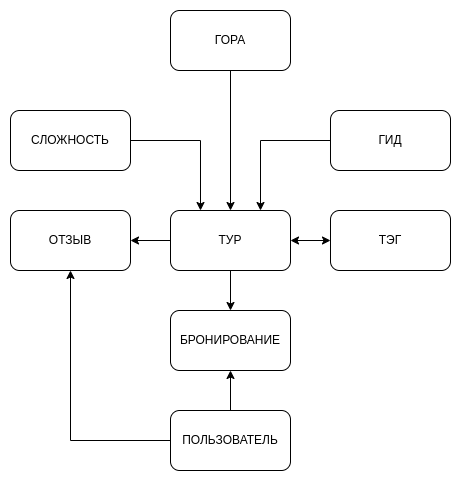
Before: Lab2/concept-model.png, a diagram exported from draw.io (markov-avl/PythonBackend). Source tidied: cells renumbered, new cells last; positions are measured from the earlier drawing's top-left corner, leaving out a move shared by most shapes. Its diagram source:
```xml
<mxGraphModel>
  <root>
    <mxCell id="0" />
    <mxCell id="1" parent="0" />
    <mxCell id="2" style="edgeStyle=orthogonalEdgeStyle;rounded=0;jettySize=auto;html=1;exitX=0.5;exitY=1;exitDx=0;exitDy=0;entryX=0.5;entryY=0;entryDx=0;entryDy=0;startArrow=none;startFill=0;" parent="1" edge="1" source="3" target="14">
      <mxGeometry relative="1" as="geometry" />
    </mxCell>
    <mxCell id="3" value="ГОРА" style="rounded=1;whiteSpace=wrap;html=1;" parent="1" vertex="1">
      <mxGeometry x="160" width="120" height="60" as="geometry" />
    </mxCell>
    <mxCell id="4" style="edgeStyle=orthogonalEdgeStyle;rounded=0;jettySize=auto;html=1;exitX=0.5;exitY=0;exitDx=0;exitDy=0;entryX=0.5;entryY=1;entryDx=0;entryDy=0;startArrow=none;startFill=0;" parent="1" edge="1" source="6" target="17">
      <mxGeometry relative="1" as="geometry" />
    </mxCell>
    <mxCell id="5" style="edgeStyle=orthogonalEdgeStyle;rounded=0;jettySize=auto;html=1;exitX=0;exitY=0.5;exitDx=0;exitDy=0;entryX=0.5;entryY=1;entryDx=0;entryDy=0;startArrow=none;startFill=0;" parent="1" edge="1" source="6" target="15">
      <mxGeometry relative="1" as="geometry" />
    </mxCell>
    <mxCell id="6" value="ПОЛЬЗОВАТЕЛЬ" style="rounded=1;whiteSpace=wrap;html=1;" parent="1" vertex="1">
      <mxGeometry x="160" y="400" width="120" height="60" as="geometry" />
    </mxCell>
    <mxCell id="7" style="edgeStyle=orthogonalEdgeStyle;rounded=0;jettySize=auto;html=1;exitX=0;exitY=0.5;exitDx=0;exitDy=0;entryX=0.75;entryY=0;entryDx=0;entryDy=0;" parent="1" edge="1" source="8" target="14">
      <mxGeometry relative="1" as="geometry" />
    </mxCell>
    <mxCell id="8" value="ГИД" style="rounded=1;whiteSpace=wrap;html=1;" parent="1" vertex="1">
      <mxGeometry x="320" y="100" width="120" height="60" as="geometry" />
    </mxCell>
    <mxCell id="9" style="edgeStyle=orthogonalEdgeStyle;rounded=0;jettySize=auto;html=1;exitX=0;exitY=0.5;exitDx=0;exitDy=0;entryX=1;entryY=0.5;entryDx=0;entryDy=0;startArrow=classic;startFill=1;" parent="1" edge="1" source="10" target="14">
      <mxGeometry relative="1" as="geometry" />
    </mxCell>
    <mxCell id="10" value="ТЭГ" style="rounded=1;whiteSpace=wrap;html=1;" parent="1" vertex="1">
      <mxGeometry x="320" y="200" width="120" height="60" as="geometry" />
    </mxCell>
    <mxCell id="11" style="edgeStyle=orthogonalEdgeStyle;rounded=0;jettySize=auto;html=1;exitX=1;exitY=0.5;exitDx=0;exitDy=0;entryX=0.25;entryY=0;entryDx=0;entryDy=0;startArrow=none;startFill=0;" parent="1" edge="1" source="12" target="14">
      <mxGeometry relative="1" as="geometry" />
    </mxCell>
    <mxCell id="12" value="СЛОЖНОСТЬ" style="rounded=1;whiteSpace=wrap;html=1;" parent="1" vertex="1">
      <mxGeometry y="100" width="120" height="60" as="geometry" />
    </mxCell>
    <mxCell id="13" style="edgeStyle=orthogonalEdgeStyle;rounded=0;jettySize=auto;html=1;exitX=0;exitY=0.5;exitDx=0;exitDy=0;entryX=1;entryY=0.5;entryDx=0;entryDy=0;startArrow=none;startFill=0;" parent="1" edge="1" source="14" target="15">
      <mxGeometry relative="1" as="geometry" />
    </mxCell>
    <mxCell id="14" value="ТУР" style="rounded=1;whiteSpace=wrap;html=1;" parent="1" vertex="1">
      <mxGeometry x="160" y="200" width="120" height="60" as="geometry" />
    </mxCell>
    <mxCell id="15" value="ОТЗЫВ" style="rounded=1;whiteSpace=wrap;html=1;" parent="1" vertex="1">
      <mxGeometry y="200" width="120" height="60" as="geometry" />
    </mxCell>
    <mxCell id="16" style="edgeStyle=orthogonalEdgeStyle;rounded=0;jettySize=auto;html=1;exitX=0.5;exitY=0;exitDx=0;exitDy=0;entryX=0.5;entryY=1;entryDx=0;entryDy=0;startArrow=classic;startFill=1;endArrow=none;endFill=0;" parent="1" edge="1" source="17" target="14">
      <mxGeometry relative="1" as="geometry" />
    </mxCell>
    <mxCell id="17" value="БРОНИРОВАНИЕ" style="rounded=1;whiteSpace=wrap;html=1;" parent="1" vertex="1">
      <mxGeometry x="160" y="300" width="120" height="60" as="geometry" />
    </mxCell>
  </root>
</mxGraphModel>
```
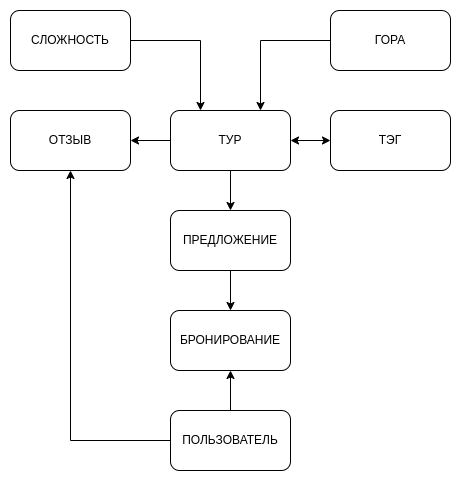
After the change.

Commit message:
Lab2 model update

The edit, as a diff of the source:
```diff
@@ -1,12 +1,12 @@
-<mxGraphModel>
+<mxGraphModel background="#ffffff">
   <root>
     <mxCell id="0" />
     <mxCell id="1" parent="0" />
-    <mxCell id="2" style="edgeStyle=orthogonalEdgeStyle;rounded=0;jettySize=auto;html=1;exitX=0.5;exitY=1;exitDx=0;exitDy=0;entryX=0.5;entryY=0;entryDx=0;entryDy=0;startArrow=none;startFill=0;" parent="1" edge="1" source="3" target="14">
+    <mxCell id="2" style="edgeStyle=orthogonalEdgeStyle;rounded=0;jettySize=auto;html=1;exitX=0;exitY=0.5;exitDx=0;exitDy=0;entryX=0.75;entryY=0;entryDx=0;entryDy=0;startArrow=none;startFill=0;" parent="1" edge="1" source="3" target="14">
       <mxGeometry relative="1" as="geometry" />
     </mxCell>
     <mxCell id="3" value="ГОРА" style="rounded=1;whiteSpace=wrap;html=1;" parent="1" vertex="1">
-      <mxGeometry x="160" width="120" height="60" as="geometry" />
+      <mxGeometry x="320" y="100" width="120" height="60" as="geometry" />
     </mxCell>
     <mxCell id="4" style="edgeStyle=orthogonalEdgeStyle;rounded=0;jettySize=auto;html=1;exitX=0.5;exitY=0;exitDx=0;exitDy=0;entryX=0.5;entryY=1;entryDx=0;entryDy=0;startArrow=none;startFill=0;" parent="1" edge="1" source="6" target="17">
       <mxGeometry relative="1" as="geometry" />
@@ -15,14 +15,8 @@
       <mxGeometry relative="1" as="geometry" />
     </mxCell>
     <mxCell id="6" value="ПОЛЬЗОВАТЕЛЬ" style="rounded=1;whiteSpace=wrap;html=1;" parent="1" vertex="1">
-      <mxGeometry x="160" y="400" width="120" height="60" as="geometry" />
+      <mxGeometry x="160" y="500" width="120" height="60" as="geometry" />
     </mxCell>
-    <mxCell id="7" style="edgeStyle=orthogonalEdgeStyle;rounded=0;jettySize=auto;html=1;exitX=0;exitY=0.5;exitDx=0;exitDy=0;entryX=0.75;entryY=0;entryDx=0;entryDy=0;" parent="1" edge="1" source="8" target="14">
-      <mxGeometry relative="1" as="geometry" />
-    </mxCell>
-    <mxCell id="8" value="ГИД" style="rounded=1;whiteSpace=wrap;html=1;" parent="1" vertex="1">
-      <mxGeometry x="320" y="100" width="120" height="60" as="geometry" />
-    </mxCell>
     <mxCell id="9" style="edgeStyle=orthogonalEdgeStyle;rounded=0;jettySize=auto;html=1;exitX=0;exitY=0.5;exitDx=0;exitDy=0;entryX=1;entryY=0.5;entryDx=0;entryDy=0;startArrow=classic;startFill=1;" parent="1" edge="1" source="10" target="14">
       <mxGeometry relative="1" as="geometry" />
     </mxCell>
@@ -44,11 +38,17 @@
     <mxCell id="15" value="ОТЗЫВ" style="rounded=1;whiteSpace=wrap;html=1;" parent="1" vertex="1">
       <mxGeometry y="200" width="120" height="60" as="geometry" />
     </mxCell>
-    <mxCell id="16" style="edgeStyle=orthogonalEdgeStyle;rounded=0;jettySize=auto;html=1;exitX=0.5;exitY=0;exitDx=0;exitDy=0;entryX=0.5;entryY=1;entryDx=0;entryDy=0;startArrow=classic;startFill=1;endArrow=none;endFill=0;" parent="1" edge="1" source="17" target="14">
+    <mxCell id="16" style="edgeStyle=orthogonalEdgeStyle;rounded=0;jettySize=auto;html=1;exitX=0.5;exitY=0;exitDx=0;exitDy=0;entryX=0.5;entryY=1;entryDx=0;entryDy=0;startArrow=classic;startFill=1;endArrow=none;endFill=0;" parent="1" edge="1" source="19" target="14">
       <mxGeometry relative="1" as="geometry" />
     </mxCell>
     <mxCell id="17" value="БРОНИРОВАНИЕ" style="rounded=1;whiteSpace=wrap;html=1;" parent="1" vertex="1">
-      <mxGeometry x="160" y="300" width="120" height="60" as="geometry" />
+      <mxGeometry x="160" y="400" width="120" height="60" as="geometry" />
     </mxCell>
+    <mxCell id="18" style="edgeStyle=orthogonalEdgeStyle;rounded=0;html=1;exitX=0.5;exitY=1;exitDx=0;exitDy=0;entryX=0.5;entryY=0;entryDx=0;entryDy=0;strokeColor=#000000;elbow=vertical;" parent="1" edge="1" source="19" target="17">
+      <mxGeometry relative="1" as="geometry" />
+    </mxCell>
+    <mxCell id="19" value="ПРЕДЛОЖЕНИЕ" style="rounded=1;whiteSpace=wrap;html=1;" parent="1" vertex="1">
+      <mxGeometry x="160" y="300" width="120" height="60" as="geometry" />
+    </mxCell>
   </root>
 </mxGraphModel>
```
